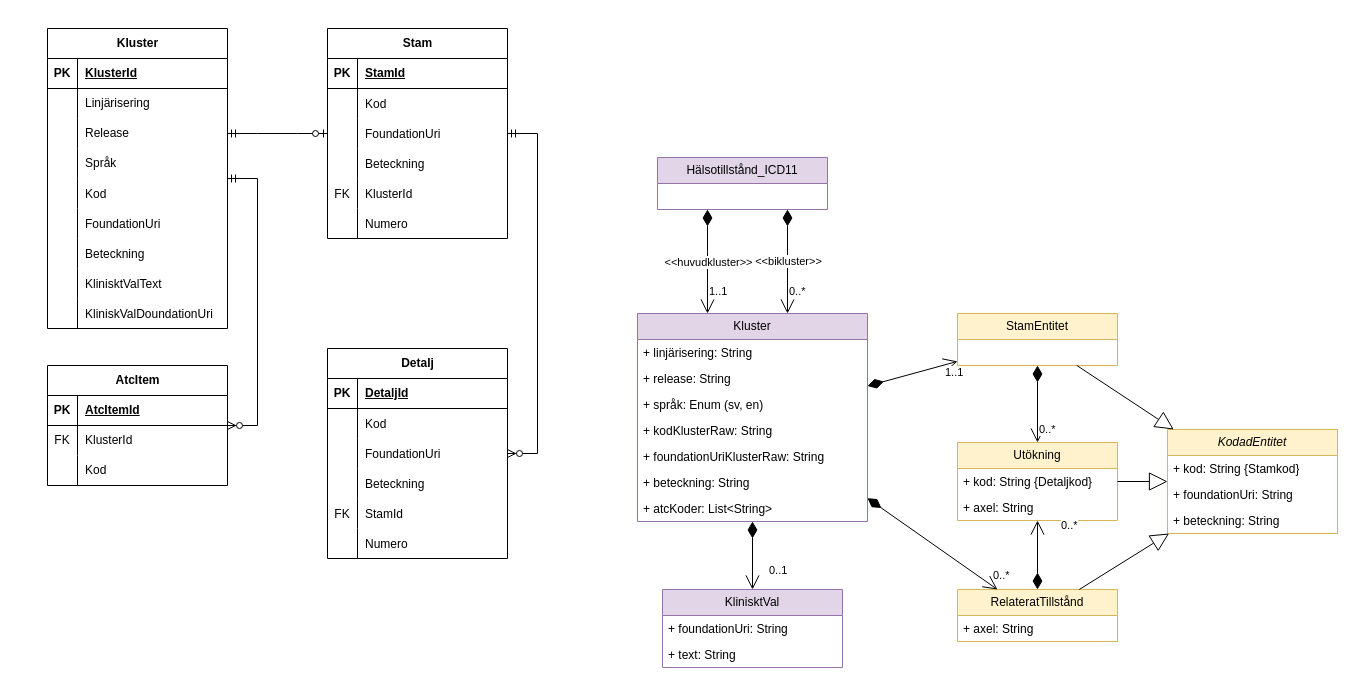
Above: page "Logisk DB" (3 of 4) of Klassmodell ICD11.drawio in bhagqvist-consid/ICD11 (draw.io), before the change. Source tidied: cells renumbered, new cells numbered last; positions are measured from the earlier drawing's top-left corner, leaving out a move shared by most shapes. Both pictures are drawn from the tidied source at 100%, with x=0, y=0 at pixel (47, 28).
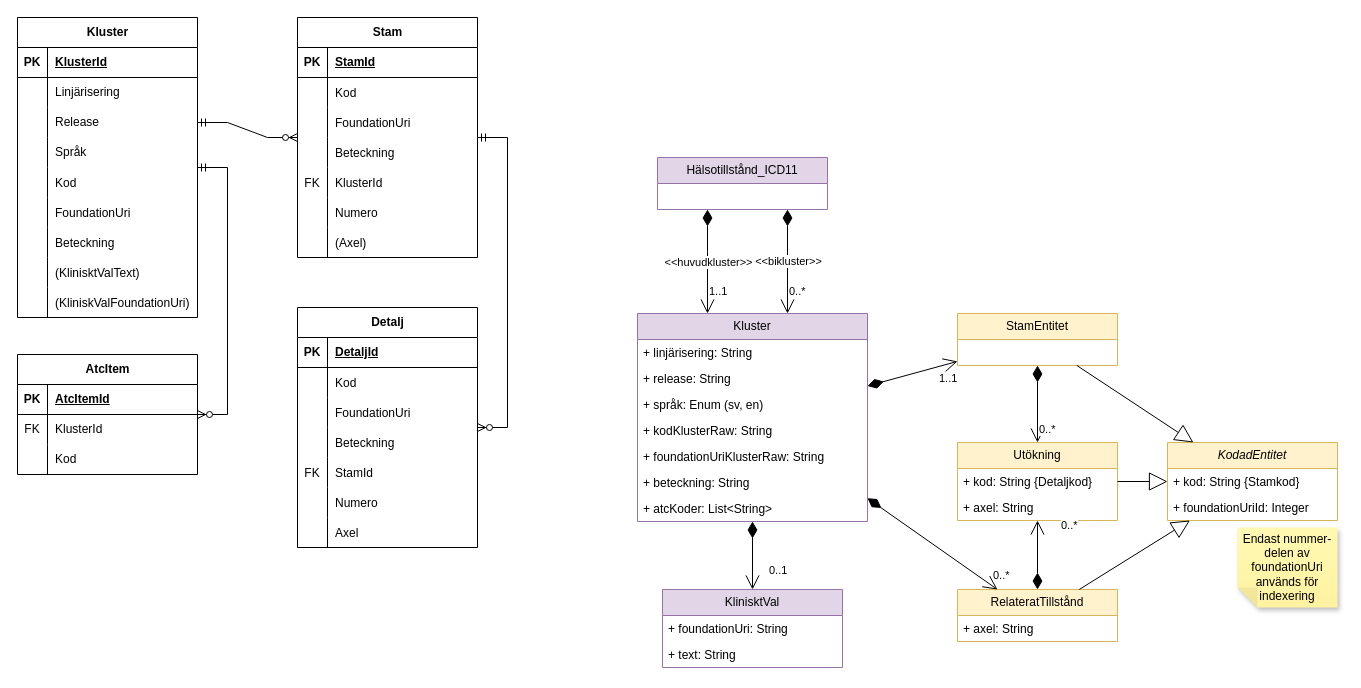
The same page after the edit.

The change refers to these unchanged cells:
```xml
<mxCell id="2" value="Kluster" style="swimlane;fontStyle=0;horizontal=1;startSize=26;fillColor=#e1d5e7;whiteSpace=wrap;html=1;strokeColor=#9673a6;" parent="1" vertex="1">
  <mxGeometry x="590" y="285" width="230" height="208" as="geometry" />
</mxCell>
<mxCell id="21" value="StamEntitet" style="swimlane;fontStyle=0;horizontal=1;startSize=26;fillColor=#fff2cc;whiteSpace=wrap;html=1;strokeColor=#d6b656;" parent="1" vertex="1">
  <mxGeometry x="910" y="285" width="160" height="52" as="geometry" />
</mxCell>
<mxCell id="43" style="shape=tableRow;horizontal=0;startSize=0;swimlaneHead=0;swimlaneBody=0;fillColor=none;points=[[0,0.5],[1,0.5]];portConstraint=eastwest;top=0;left=0;right=0;bottom=0;" parent="36" vertex="1">
  <mxGeometry y="90" width="180" height="30" as="geometry" />
</mxCell>
<mxCell id="58" style="shape=tableRow;horizontal=0;startSize=0;swimlaneHead=0;swimlaneBody=0;fillColor=none;top=0;left=0;right=0;bottom=0;" parent="36" vertex="1">
  <mxGeometry y="240" width="180" height="30" as="geometry" />
</mxCell>
<mxCell id="61" style="shape=tableRow;horizontal=0;startSize=0;swimlaneHead=0;swimlaneBody=0;fillColor=none;top=0;left=0;right=0;bottom=0;" parent="36" vertex="1">
  <mxGeometry y="270" width="180" height="30" as="geometry" />
</mxCell>
```

The edit, as a diff of the source:
```diff
@@
     <mxCell id="10" value="1..1" style="endArrow=open;html=1;endSize=12;startArrow=diamondThin;startSize=14;startFill=1;align=left;verticalAlign=bottom;rounded=0;" parent="1" edge="1" source="2" target="21">
-      <mxGeometry x="0.59" y="-16" relative="1" as="geometry" />
+      <mxGeometry x="0.44" y="-20" relative="1" as="geometry" />
     </mxCell>
@@
     <mxCell id="28" value="&lt;i&gt;KodadEntitet&lt;/i&gt;" style="swimlane;fontStyle=0;horizontal=1;startSize=26;fillColor=#fff2cc;whiteSpace=wrap;html=1;strokeColor=#d6b656;" parent="1" vertex="1">
-      <mxGeometry x="1120" y="401" width="170" height="104" as="geometry" />
+      <mxGeometry x="1120" y="414" width="170" height="78" as="geometry" />
     </mxCell>
@@
-    <mxCell id="30" value="+ foundationUri: String" style="text;strokeColor=none;fillColor=none;align=left;verticalAlign=top;spacingLeft=4;spacingRight=4;overflow=hidden;whiteSpace=wrap;html=1;" parent="28" vertex="1">
+    <mxCell id="30" value="+ foundationUriId: Integer" style="text;strokeColor=none;fillColor=none;align=left;verticalAlign=top;spacingLeft=4;spacingRight=4;overflow=hidden;whiteSpace=wrap;html=1;" parent="28" vertex="1">
       <mxGeometry y="52" width="170" height="26" as="geometry" />
     </mxCell>
-    <mxCell id="31" value="+ beteckning: String" style="text;strokeColor=none;fillColor=none;align=left;verticalAlign=top;spacingLeft=4;spacingRight=4;overflow=hidden;whiteSpace=wrap;html=1;" parent="28" vertex="1">
-      <mxGeometry y="78" width="170" height="26" as="geometry" />
-    </mxCell>
@@
     <mxCell id="36" value="Kluster" style="shape=table;startSize=30;childLayout=tableLayout;rowLines=0;fontStyle=1;align=center;html=1;" parent="1" vertex="1">
-      <mxGeometry width="180" height="300" as="geometry" />
+      <mxGeometry x="-30" y="-11" width="180" height="300" as="geometry" />
     </mxCell>
@@
-    <mxCell id="60" value="KlinisktValText" style="shape=partialRectangle;fillColor=none;top=0;left=0;bottom=0;right=0;align=left;spacingLeft=6;overflow=hidden;" parent="58" vertex="1">
+    <mxCell id="60" value="(KlinisktValText)" style="shape=partialRectangle;fillColor=none;top=0;left=0;bottom=0;right=0;align=left;spacingLeft=6;overflow=hidden;" parent="58" vertex="1">
       <mxGeometry x="30" width="150" height="30" as="geometry" />
     </mxCell>
@@
-    <mxCell id="63" value="KliniskValDoundationUri" style="shape=partialRectangle;fillColor=none;top=0;left=0;bottom=0;right=0;align=left;spacingLeft=6;overflow=hidden;" parent="61" vertex="1">
+    <mxCell id="63" value="(KliniskValFoundationUri)" style="shape=partialRectangle;fillColor=none;top=0;left=0;bottom=0;right=0;align=left;spacingLeft=6;overflow=hidden;" parent="61" vertex="1">
       <mxGeometry x="30" width="150" height="30" as="geometry" />
     </mxCell>
     <mxCell id="64" value="AtcItem" style="shape=table;startSize=30;childLayout=tableLayout;rowLines=0;fontStyle=1;align=center;html=1;" parent="1" vertex="1">
-      <mxGeometry y="337" width="180" height="120" as="geometry" />
+      <mxGeometry x="-30" y="326" width="180" height="120" as="geometry" />
     </mxCell>
@@
     <mxCell id="75" value="Stam" style="shape=table;startSize=30;childLayout=tableLayout;rowLines=0;fontStyle=1;align=center;html=1;" parent="1" vertex="1">
-      <mxGeometry x="280" width="180" height="210" as="geometry" />
+      <mxGeometry x="250" y="-11" width="180" height="240" as="geometry" />
     </mxCell>
@@
-    <mxCell id="94" style="edgeStyle=entityRelationEdgeStyle;fontSize=12;html=1;endArrow=ERzeroToOne;startArrow=ERmandOne;rounded=0;exitX=1;exitY=0.5;exitDx=0;exitDy=0;" parent="1" edge="1" source="43" target="75">
-      <mxGeometry relative="1" as="geometry" />
-    </mxCell>
+    <mxCell id="115" style="shape=tableRow;horizontal=0;startSize=0;swimlaneHead=0;swimlaneBody=0;fillColor=none;top=0;left=0;right=0;bottom=0;" parent="75" vertex="1">
+      <mxGeometry y="210" width="180" height="30" as="geometry" />
+    </mxCell>
+    <mxCell id="116" style="shape=partialRectangle;fillColor=none;top=0;left=0;bottom=0;right=0;overflow=hidden;" parent="115" vertex="1">
+      <mxGeometry width="30" height="30" as="geometry" />
+    </mxCell>
+    <mxCell id="117" value="(Axel)" style="shape=partialRectangle;fillColor=none;top=0;left=0;bottom=0;right=0;align=left;spacingLeft=6;overflow=hidden;" parent="115" vertex="1">
+      <mxGeometry x="30" width="150" height="30" as="geometry" />
+    </mxCell>
     <mxCell id="95" value="Detalj" style="shape=table;startSize=30;childLayout=tableLayout;rowLines=0;fontStyle=1;align=center;html=1;" parent="1" vertex="1">
-      <mxGeometry x="280" y="320" width="180" height="210" as="geometry" />
+      <mxGeometry x="250" y="279" width="180" height="240" as="geometry" />
     </mxCell>
@@
+    <mxCell id="118" style="shape=tableRow;horizontal=0;startSize=0;swimlaneHead=0;swimlaneBody=0;fillColor=none;top=0;left=0;right=0;bottom=0;" parent="95" vertex="1">
+      <mxGeometry y="210" width="180" height="30" as="geometry" />
+    </mxCell>
+    <mxCell id="119" style="shape=partialRectangle;fillColor=none;top=0;left=0;bottom=0;right=0;overflow=hidden;" parent="118" vertex="1">
+      <mxGeometry width="30" height="30" as="geometry" />
+    </mxCell>
+    <mxCell id="120" value="Axel" style="shape=partialRectangle;fillColor=none;top=0;left=0;bottom=0;right=0;align=left;spacingLeft=6;overflow=hidden;" parent="118" vertex="1">
+      <mxGeometry x="30" width="150" height="30" as="geometry" />
+    </mxCell>
@@
+    <mxCell id="94" style="edgeStyle=entityRelationEdgeStyle;fontSize=12;html=1;endArrow=ERzeroToMany;startArrow=ERmandOne;rounded=0;exitX=1;exitY=0.5;exitDx=0;exitDy=0;" parent="1" edge="1" source="43" target="75">
+      <mxGeometry relative="1" as="geometry" />
+    </mxCell>
+    <mxCell id="121" value="Endast nummer-delen av foundationUri används för indexering" style="shape=note;whiteSpace=wrap;html=1;backgroundOutline=1;fontColor=#000000;darkOpacity=0.05;fillColor=#FFF9B2;strokeColor=none;fillStyle=solid;direction=west;gradientDirection=north;gradientColor=#FFF2A1;shadow=1;size=20;" parent="1" vertex="1">
+      <mxGeometry x="1190" y="499" width="100" height="80" as="geometry" />
+    </mxCell>
```
